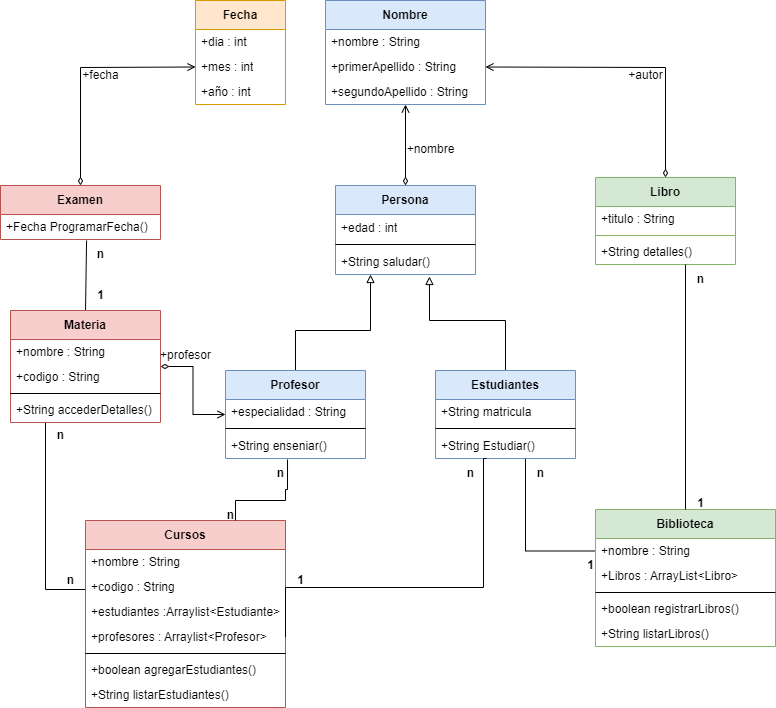
Before: gestion-academica/imagenes/Escuela.png, a diagram exported from draw.io (gian700/gestion-academica). Source tidied: cells renumbered, new cells last; positions are measured from the earlier drawing's top-left corner, leaving out a move shared by most shapes.
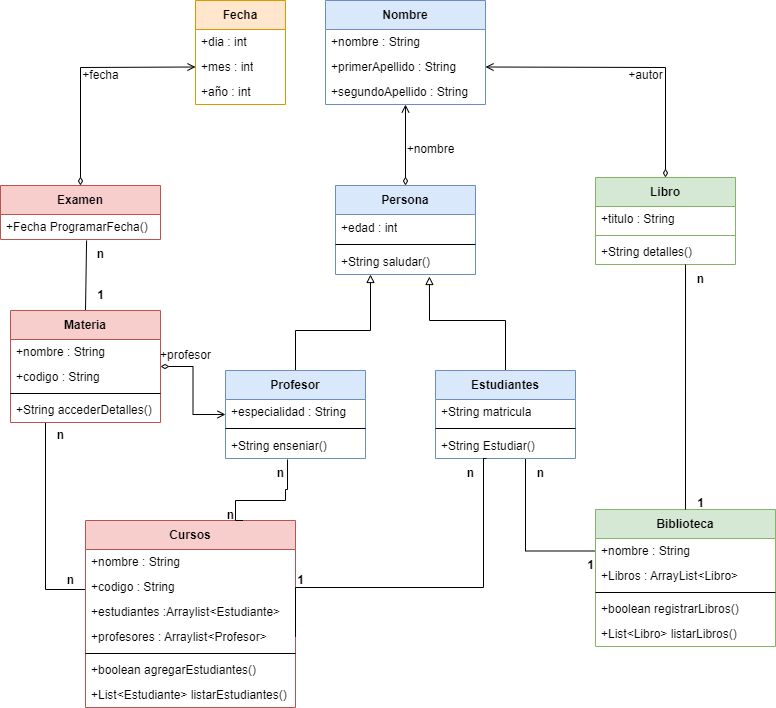
Above is the later version.

Diff of the diagram source:
```diff
@@ -72,28 +72,28 @@
       </mxGeometry>
     </mxCell>
     <mxCell id="19" value="Cursos" style="swimlane;fontStyle=1;align=center;verticalAlign=middle;horizontal=1;startSize=29;html=1;whiteSpace=wrap;fillColor=#f8cecc;strokeColor=#b85450;" parent="1" vertex="1">
-      <mxGeometry x="85" y="520" width="200" height="187" as="geometry" />
+      <mxGeometry x="85" y="520" width="210" height="187" as="geometry" />
     </mxCell>
     <mxCell id="20" value="+nombre : String" style="text;html=1;align=left;verticalAlign=middle;spacingLeft=4;spacingRight=4;overflow=hidden;whiteSpace=wrap;" parent="19" vertex="1">
-      <mxGeometry y="29" width="200" height="25" as="geometry" />
+      <mxGeometry y="29" width="210" height="25" as="geometry" />
     </mxCell>
     <mxCell id="21" value="+codigo : String" style="text;html=1;align=left;verticalAlign=middle;spacingLeft=4;spacingRight=4;overflow=hidden;whiteSpace=wrap;" parent="19" vertex="1">
-      <mxGeometry y="54" width="200" height="25" as="geometry" />
+      <mxGeometry y="54" width="210" height="25" as="geometry" />
     </mxCell>
     <mxCell id="22" value="+estudiantes :Arraylist&amp;lt;Estudiante&amp;gt;" style="text;html=1;align=left;verticalAlign=middle;spacingLeft=4;spacingRight=4;overflow=hidden;whiteSpace=wrap;" parent="19" vertex="1">
-      <mxGeometry y="79" width="200" height="25" as="geometry" />
+      <mxGeometry y="79" width="210" height="25" as="geometry" />
     </mxCell>
     <mxCell id="23" value="+profesores : Arraylist&amp;lt;Profesor&amp;gt; " style="text;html=1;align=left;verticalAlign=middle;spacingLeft=4;spacingRight=4;overflow=hidden;points=[[0,0.5],[1,0.5]];portConstraint=eastwest;whiteSpace=wrap;" parent="19" vertex="1">
-      <mxGeometry y="104" width="200" height="25" as="geometry" />
+      <mxGeometry y="104" width="210" height="25" as="geometry" />
     </mxCell>
     <mxCell id="24" style="line;strokeWidth=1;align=left;verticalAlign=middle;spacingTop=-1;spacingLeft=3;spacingRight=3;labelPosition=right;" parent="19" vertex="1">
-      <mxGeometry y="129" width="200" height="8" as="geometry" />
+      <mxGeometry y="129" width="210" height="8" as="geometry" />
     </mxCell>
     <mxCell id="25" value="+boolean agregarEstudiantes()" style="text;html=1;align=left;verticalAlign=middle;spacingLeft=4;spacingRight=4;overflow=hidden;whiteSpace=wrap;" parent="19" vertex="1">
-      <mxGeometry y="137" width="200" height="25" as="geometry" />
+      <mxGeometry y="137" width="210" height="25" as="geometry" />
     </mxCell>
-    <mxCell id="26" value="+String listarEstudiantes()" style="text;html=1;align=left;verticalAlign=middle;spacingLeft=4;spacingRight=4;overflow=hidden;whiteSpace=wrap;" parent="19" vertex="1">
-      <mxGeometry y="162" width="200" height="25" as="geometry" />
+    <mxCell id="26" value="+List&amp;lt;Estudiante&amp;gt; listarEstudiantes()" style="text;html=1;align=left;verticalAlign=middle;spacingLeft=4;spacingRight=4;overflow=hidden;whiteSpace=wrap;" parent="19" vertex="1">
+      <mxGeometry y="162" width="210" height="25" as="geometry" />
     </mxCell>
     <mxCell id="27" style="rounded=0;jettySize=auto;html=1;endArrow=none;endFill=0;startArrow=none;startFill=0;exitX=0.5;exitY=0;exitDx=0;exitDy=0;entryX=0.538;entryY=1.04;entryDx=0;entryDy=0;entryPerimeter=0;" parent="1" edge="1" source="28" target="34">
       <mxGeometry relative="1" as="geometry" />
@@ -153,7 +153,7 @@
     <mxCell id="44" value="+boolean registrarLibros()" style="text;html=1;align=left;verticalAlign=middle;spacingLeft=4;spacingRight=4;overflow=hidden;whiteSpace=wrap;" parent="40" vertex="1">
       <mxGeometry y="87" width="180" height="25" as="geometry" />
     </mxCell>
-    <mxCell id="45" value="+String listarLibros()" style="text;html=1;align=left;verticalAlign=middle;spacingLeft=4;spacingRight=4;overflow=hidden;whiteSpace=wrap;" parent="40" vertex="1">
+    <mxCell id="45" value="+List&amp;lt;Libro&amp;gt; listarLibros()" style="text;html=1;align=left;verticalAlign=middle;spacingLeft=4;spacingRight=4;overflow=hidden;whiteSpace=wrap;" parent="40" vertex="1">
       <mxGeometry y="112" width="180" height="25" as="geometry" />
     </mxCell>
     <mxCell id="46" value="Libro" style="swimlane;fontStyle=1;align=center;verticalAlign=middle;horizontal=1;startSize=29;html=1;whiteSpace=wrap;fillColor=#d5e8d4;strokeColor=#82b366;" parent="1" vertex="1">
```
